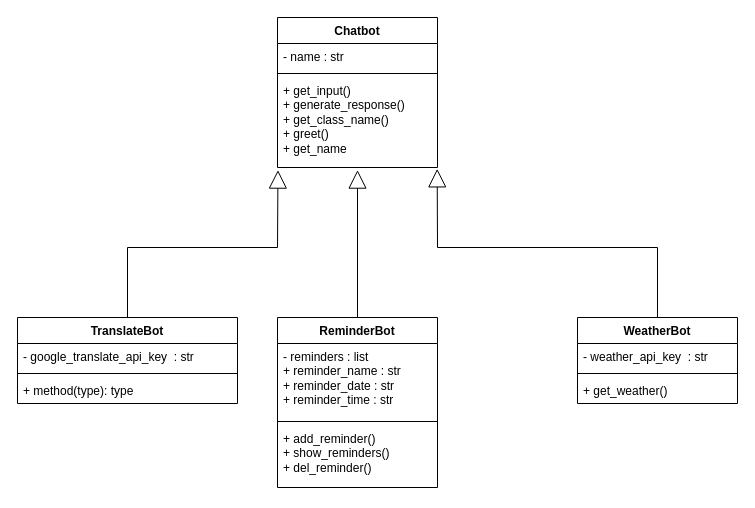
The draw.io diagram umldiagram.drawio in barisparlakk/omniabotv2, before the edit. Source tidied: cells renumbered, new cells numbered last; positions are measured from the earlier drawing's top-left corner, leaving out a move shared by most shapes. Both pictures are drawn from the tidied source at 100%, with x=0, y=0 at pixel (17, 17).
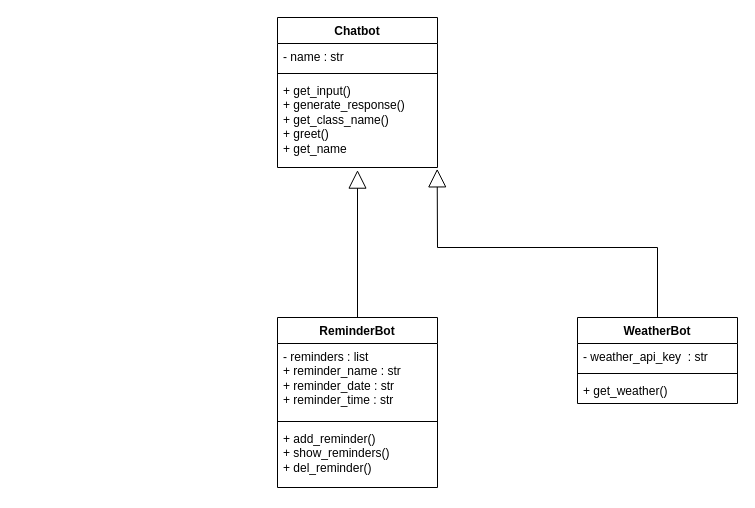
Above is the later version.

Unchanged cells that the change refers to:
```xml
<mxCell id="5" value="&lt;div&gt;+ get_input()&lt;/div&gt;&lt;div&gt;+ generate_response()&lt;/div&gt;&lt;div&gt;+ get_class_name()&lt;/div&gt;&lt;div&gt;+ greet()&lt;/div&gt;&lt;div&gt;+ get_name&lt;/div&gt;" style="text;strokeColor=none;fillColor=none;align=left;verticalAlign=top;spacingLeft=4;spacingRight=4;overflow=hidden;points=[[0,0.5],[1,0.5]];portConstraint=eastwest;whiteSpace=wrap;html=1;" parent="2" vertex="1">
  <mxGeometry y="60" width="160" height="90" as="geometry" />
</mxCell>
```

Diff of the diagram source:
```diff
@@
-    <mxCell id="14" value="TranslateBot" style="swimlane;fontStyle=1;align=center;verticalAlign=top;horizontal=1;startSize=26;whiteSpace=wrap;html=1;" parent="1" vertex="1">
-      <mxGeometry y="300" width="220" height="86" as="geometry" />
-    </mxCell>
-    <mxCell id="15" value="- google_translate_api_key&amp;nbsp; : str" style="text;strokeColor=none;fillColor=none;align=left;verticalAlign=top;spacingLeft=4;spacingRight=4;overflow=hidden;whiteSpace=wrap;html=1;" parent="14" vertex="1">
-      <mxGeometry y="26" width="220" height="26" as="geometry" />
-    </mxCell>
-    <mxCell id="16" style="line;strokeWidth=1;fillColor=none;align=left;verticalAlign=middle;spacingTop=-1;spacingLeft=3;spacingRight=3;labelPosition=right;strokeColor=inherit;" parent="14" vertex="1">
-      <mxGeometry y="52" width="220" height="8" as="geometry" />
-    </mxCell>
-    <mxCell id="17" value="+ method(type): type" style="text;strokeColor=none;fillColor=none;align=left;verticalAlign=top;spacingLeft=4;spacingRight=4;overflow=hidden;whiteSpace=wrap;html=1;" parent="14" vertex="1">
-      <mxGeometry y="60" width="220" height="26" as="geometry" />
-    </mxCell>
@@
-    <mxCell id="19" style="endArrow=block;endSize=16;endFill=0;html=1;rounded=0;exitX=0.5;exitY=0;exitDx=0;exitDy=0;entryX=0.003;entryY=1.029;entryDx=0;entryDy=0;entryPerimeter=0;" parent="1" edge="1" source="14" target="5">
-      <mxGeometry relative="1" as="geometry">
-        <Array as="points">
-          <mxPoint x="110" y="230" />
-          <mxPoint x="260" y="230" />
-        </Array>
-      </mxGeometry>
-    </mxCell>
```
